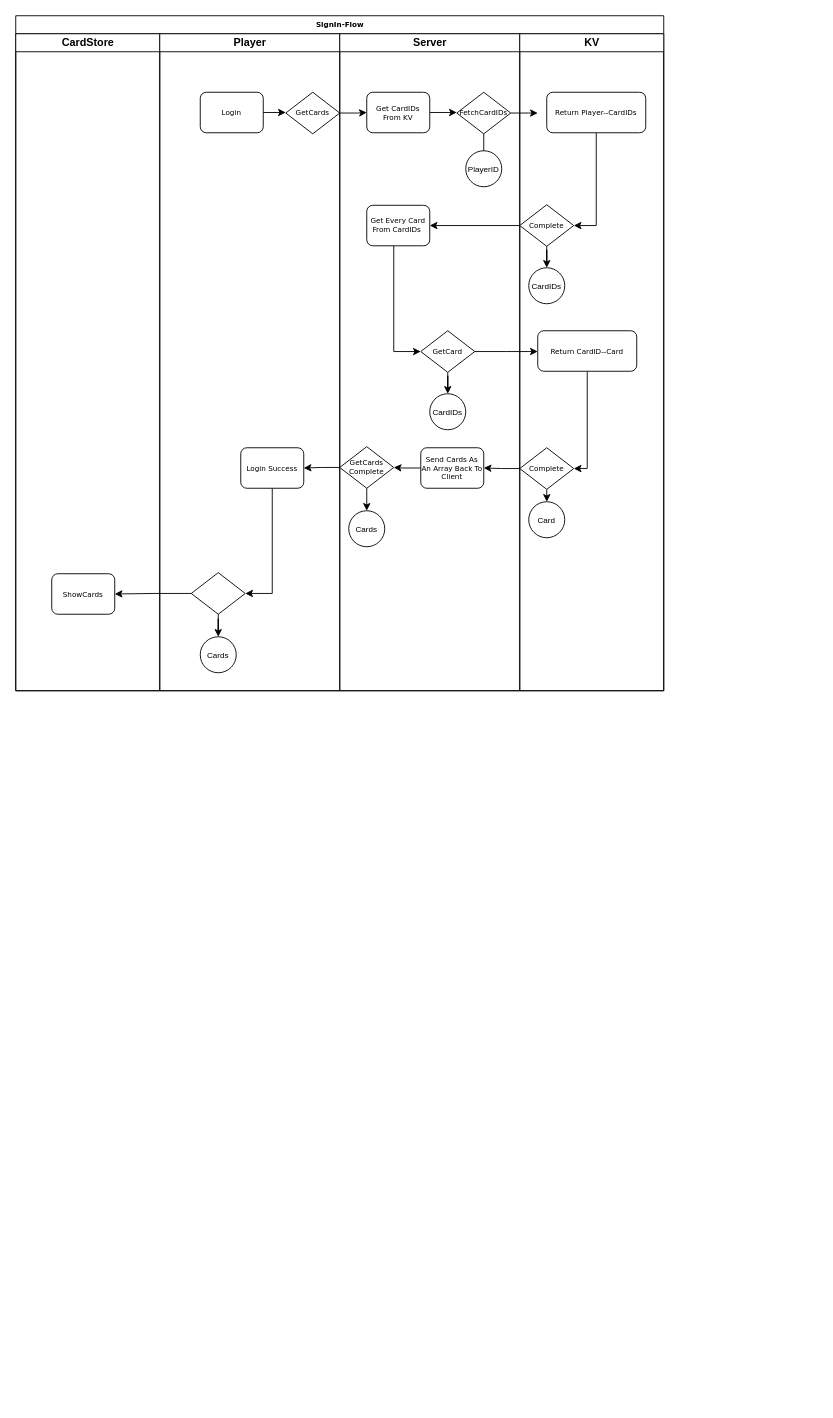
The draw.io diagram Untitled Diagram.drawio in Danqingyifan/PVZ_UML, before the edit. Source tidied: cells renumbered, new cells numbered last; positions are measured from the earlier drawing's top-left corner, leaving out a move shared by most shapes. Both pictures are drawn from the tidied source at 90%, with x=0, y=0 at pixel (15, 15).
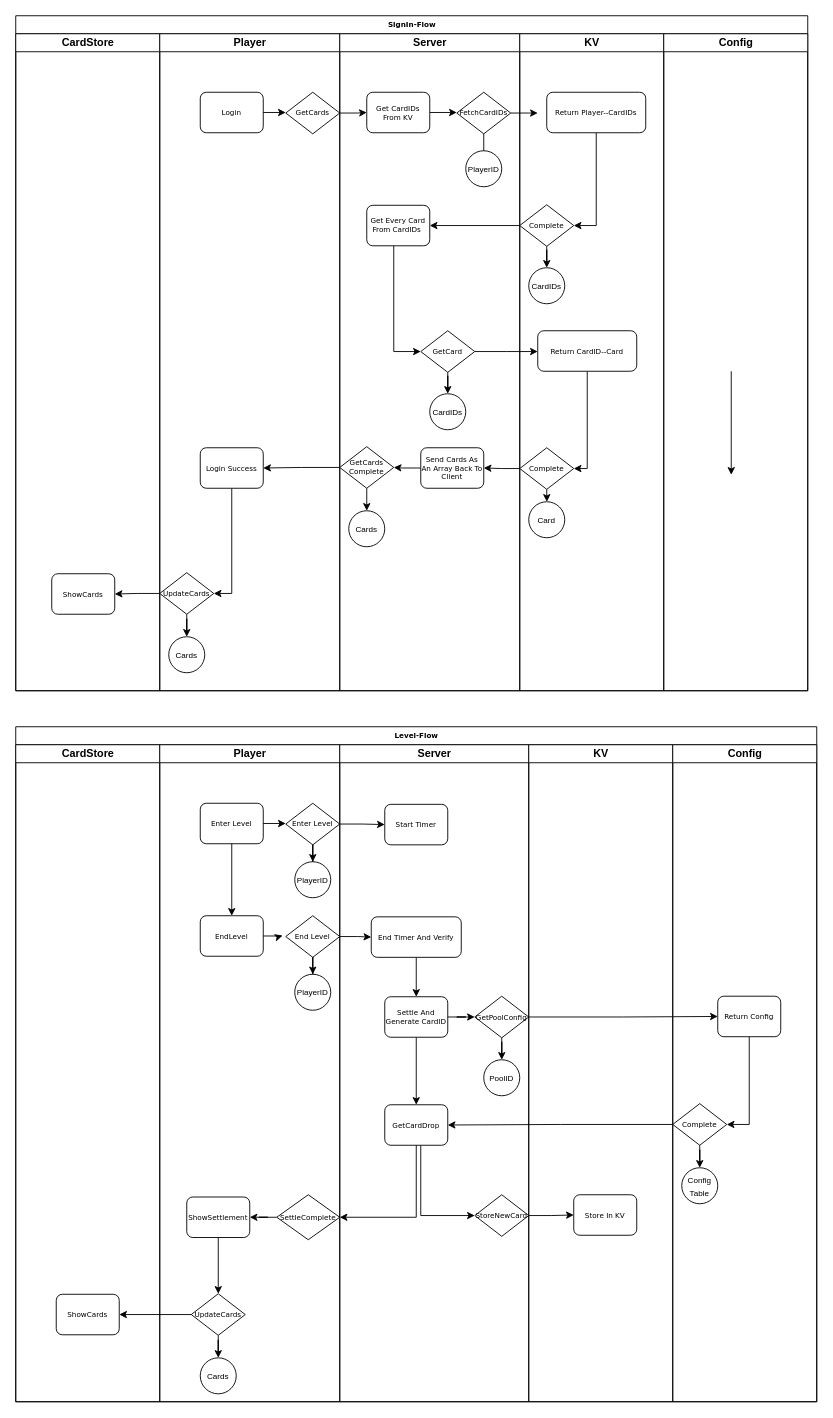
The same page after the edit.

Unchanged cells that the change refers to:
```xml
<mxCell id="5" value="Player" style="swimlane;html=1;startSize=20;" parent="2" vertex="1">
  <mxGeometry x="160" y="20" width="200" height="730" as="geometry" />
</mxCell>
```

What changed in the source:
```diff
@@
     <mxCell id="2" value="SignIn-Flow" style="swimlane;html=1;startSize=20;rounded=0;shadow=0;labelBackgroundColor=none;strokeWidth=1;fontFamily=Verdana;fontSize=8;align=center;" parent="1" vertex="1">
-      <mxGeometry width="720" height="750" as="geometry" />
+      <mxGeometry width="880" height="750" as="geometry" />
     </mxCell>
@@
     <mxCell id="10" value="Login Success" style="rounded=1;whiteSpace=wrap;html=1;shadow=0;labelBackgroundColor=none;strokeWidth=1;fontFamily=Verdana;fontSize=8;align=center;" parent="5" vertex="1">
-      <mxGeometry x="90" y="460" width="70" height="45" as="geometry" />
+      <mxGeometry x="45" y="460" width="70" height="45" as="geometry" />
     </mxCell>
     <mxCell id="11" value="&lt;font style=&quot;font-size: 9px;&quot;&gt;Cards&lt;/font&gt;" style="ellipse;whiteSpace=wrap;html=1;" parent="5" vertex="1">
-      <mxGeometry x="45" y="670" width="40" height="40" as="geometry" />
+      <mxGeometry x="10" y="670" width="40" height="40" as="geometry" />
     </mxCell>
@@
-    <mxCell id="13" style="rhombus;whiteSpace=wrap;html=1;rounded=0;shadow=0;labelBackgroundColor=none;strokeWidth=1;fontFamily=Verdana;fontSize=8;align=center;" parent="5" vertex="1">
-      <mxGeometry x="35" y="598.8" width="60" height="46.2" as="geometry" />
+    <mxCell id="13" value="UpdateCards" style="rhombus;whiteSpace=wrap;html=1;rounded=0;shadow=0;labelBackgroundColor=none;strokeWidth=1;fontFamily=Verdana;fontSize=8;align=center;" parent="5" vertex="1">
+      <mxGeometry y="598.8" width="60" height="46.2" as="geometry" />
     </mxCell>
@@
+    <mxCell id="48" value="Config" style="swimlane;html=1;startSize=20;" parent="2" vertex="1">
+      <mxGeometry x="720" y="20" width="160" height="730" as="geometry" />
+    </mxCell>
+    <mxCell id="49" style="edgeStyle=orthogonalEdgeStyle;rounded=0;orthogonalLoop=1;jettySize=auto;html=1;entryX=1;entryY=0.5;entryDx=0;entryDy=0;" parent="48" edge="1">
+      <mxGeometry relative="1" as="geometry">
+        <mxPoint x="85" y="110" as="sourcePoint" />
+      </mxGeometry>
+    </mxCell>
+    <mxCell id="50" style="edgeStyle=orthogonalEdgeStyle;rounded=0;orthogonalLoop=1;jettySize=auto;html=1;entryX=0.5;entryY=0;entryDx=0;entryDy=0;" parent="48" edge="1">
+      <mxGeometry relative="1" as="geometry">
+        <mxPoint x="30" y="236.2" as="sourcePoint" />
+      </mxGeometry>
+    </mxCell>
+    <mxCell id="51" style="edgeStyle=orthogonalEdgeStyle;rounded=0;orthogonalLoop=1;jettySize=auto;html=1;entryX=1;entryY=0.5;entryDx=0;entryDy=0;" parent="48" edge="1">
+      <mxGeometry relative="1" as="geometry">
+        <mxPoint x="75" y="375" as="sourcePoint" />
+        <mxPoint x="75" y="490" as="targetPoint" />
+        <Array as="points">
+          <mxPoint x="75" y="483" />
+        </Array>
+      </mxGeometry>
+    </mxCell>
+    <mxCell id="52" value="Level-Flow" style="swimlane;html=1;startSize=20;rounded=0;shadow=0;labelBackgroundColor=none;strokeWidth=1;fontFamily=Verdana;fontSize=8;align=center;" parent="1" vertex="1">
+      <mxGeometry y="790" width="890" height="750" as="geometry" />
+    </mxCell>
+    <mxCell id="53" value="CardStore" style="swimlane;startSize=20;fontColor=default;html=1;" parent="52" vertex="1">
+      <mxGeometry y="20" width="160" height="730" as="geometry" />
+    </mxCell>
+    <mxCell id="54" value="ShowCards" style="rounded=1;whiteSpace=wrap;html=1;shadow=0;labelBackgroundColor=none;strokeWidth=1;fontFamily=Verdana;fontSize=8;align=center;" parent="53" vertex="1">
+      <mxGeometry x="45" y="610.6" width="70" height="45" as="geometry" />
+    </mxCell>
+    <mxCell id="55" value="Player" style="swimlane;html=1;startSize=20;" parent="52" vertex="1">
+      <mxGeometry x="160" y="20" width="200" height="730" as="geometry" />
+    </mxCell>
+    <mxCell id="56" value="Enter Level" style="rounded=1;whiteSpace=wrap;html=1;shadow=0;labelBackgroundColor=none;strokeWidth=1;fontFamily=Verdana;fontSize=8;align=center;" parent="55" vertex="1">
+      <mxGeometry x="45" y="65" width="70" height="45" as="geometry" />
+    </mxCell>
+    <mxCell id="57" style="edgeStyle=orthogonalEdgeStyle;rounded=0;jettySize=auto;html=1;entryX=0;entryY=0.5;entryDx=0;entryDy=0;exitX=1;exitY=0.5;exitDx=0;exitDy=0;" parent="55" edge="1" source="56">
+      <mxGeometry relative="1" as="geometry">
+        <mxPoint x="140" y="87.2" as="targetPoint" />
+      </mxGeometry>
+    </mxCell>
+    <mxCell id="58" style="edgeStyle=orthogonalEdgeStyle;rounded=0;jettySize=auto;html=1;entryX=0.5;entryY=0;entryDx=0;entryDy=0;" parent="55" edge="1" source="59" target="60">
+      <mxGeometry relative="1" as="geometry" />
+    </mxCell>
+    <mxCell id="59" value="Enter Level" style="rhombus;whiteSpace=wrap;html=1;rounded=0;shadow=0;labelBackgroundColor=none;strokeWidth=1;fontFamily=Verdana;fontSize=8;align=center;" parent="55" vertex="1">
+      <mxGeometry x="140" y="65" width="60" height="46.2" as="geometry" />
+    </mxCell>
+    <mxCell id="60" value="&lt;font style=&quot;font-size: 9px;&quot;&gt;PlayerID&lt;/font&gt;" style="ellipse;whiteSpace=wrap;html=1;" parent="55" vertex="1">
+      <mxGeometry x="150" y="130" width="40" height="40" as="geometry" />
+    </mxCell>
+    <mxCell id="61" style="edgeStyle=orthogonalEdgeStyle;rounded=0;jettySize=auto;html=1;entryX=1;entryY=0.5;entryDx=0;entryDy=0;" parent="55" edge="1" source="62" target="64">
+      <mxGeometry relative="1" as="geometry" />
+    </mxCell>
+    <mxCell id="62" value="SettleComplete" style="rhombus;whiteSpace=wrap;html=1;rounded=0;shadow=0;labelBackgroundColor=none;strokeWidth=1;fontFamily=Verdana;fontSize=8;align=center;" parent="55" vertex="1">
+      <mxGeometry x="130" y="500" width="70" height="50" as="geometry" />
+    </mxCell>
+    <mxCell id="63" style="edgeStyle=orthogonalEdgeStyle;rounded=0;jettySize=auto;html=1;entryX=0.5;entryY=0;entryDx=0;entryDy=0;" parent="55" edge="1" source="64" target="67">
+      <mxGeometry relative="1" as="geometry" />
+    </mxCell>
+    <mxCell id="64" value="ShowSettlement" style="rounded=1;whiteSpace=wrap;html=1;shadow=0;labelBackgroundColor=none;strokeWidth=1;fontFamily=Verdana;fontSize=8;align=center;" parent="55" vertex="1">
+      <mxGeometry x="30" y="502.5" width="70" height="45" as="geometry" />
+    </mxCell>
+    <mxCell id="65" value="&lt;font style=&quot;font-size: 9px;&quot;&gt;Cards&lt;/font&gt;" style="ellipse;whiteSpace=wrap;html=1;" parent="55" vertex="1">
+      <mxGeometry x="45" y="681.2" width="40" height="40" as="geometry" />
+    </mxCell>
+    <mxCell id="66" style="edgeStyle=orthogonalEdgeStyle;rounded=0;jettySize=auto;html=1;entryX=0.5;entryY=0;entryDx=0;entryDy=0;" parent="55" edge="1" source="67" target="65">
+      <mxGeometry relative="1" as="geometry" />
+    </mxCell>
+    <mxCell id="67" value="UpdateCards" style="rhombus;whiteSpace=wrap;html=1;rounded=0;shadow=0;labelBackgroundColor=none;strokeWidth=1;fontFamily=Verdana;fontSize=8;align=center;" parent="55" vertex="1">
+      <mxGeometry x="35" y="610" width="60" height="46.2" as="geometry" />
+    </mxCell>
+    <mxCell id="68" value="Server" style="swimlane;html=1;startSize=20;" parent="52" vertex="1">
+      <mxGeometry x="360" y="20" width="210" height="730" as="geometry" />
+    </mxCell>
+    <mxCell id="69" value="Start Timer" style="rounded=1;whiteSpace=wrap;html=1;shadow=0;labelBackgroundColor=none;strokeWidth=1;fontFamily=Verdana;fontSize=8;align=center;" parent="68" vertex="1">
+      <mxGeometry x="50" y="66.2" width="70" height="45" as="geometry" />
+    </mxCell>
+    <mxCell id="70" value="EndLevel" style="rounded=1;whiteSpace=wrap;html=1;shadow=0;labelBackgroundColor=none;strokeWidth=1;fontFamily=Verdana;fontSize=8;align=center;" parent="68" vertex="1">
+      <mxGeometry x="-155" y="190" width="70" height="45" as="geometry" />
+    </mxCell>
+    <mxCell id="71" style="edgeStyle=orthogonalEdgeStyle;rounded=0;jettySize=auto;html=1;entryX=0.5;entryY=0;entryDx=0;entryDy=0;" parent="68" edge="1" source="72" target="73">
+      <mxGeometry relative="1" as="geometry" />
+    </mxCell>
+    <mxCell id="72" value="End Level" style="rhombus;whiteSpace=wrap;html=1;rounded=0;shadow=0;labelBackgroundColor=none;strokeWidth=1;fontFamily=Verdana;fontSize=8;align=center;" parent="68" vertex="1">
+      <mxGeometry x="-60" y="190" width="60" height="46.2" as="geometry" />
+    </mxCell>
+    <mxCell id="73" value="&lt;font style=&quot;font-size: 9px;&quot;&gt;PlayerID&lt;/font&gt;" style="ellipse;whiteSpace=wrap;html=1;" parent="68" vertex="1">
+      <mxGeometry x="-50" y="255" width="40" height="40" as="geometry" />
+    </mxCell>
+    <mxCell id="74" style="edgeStyle=orthogonalEdgeStyle;rounded=0;jettySize=auto;html=1;entryX=-0.06;entryY=0.478;entryDx=0;entryDy=0;entryPerimeter=0;" parent="68" edge="1" source="70" target="72">
+      <mxGeometry relative="1" as="geometry" />
+    </mxCell>
+    <mxCell id="75" style="edgeStyle=orthogonalEdgeStyle;rounded=0;jettySize=auto;html=1;entryX=0.5;entryY=0;entryDx=0;entryDy=0;" parent="68" edge="1" source="76" target="79">
+      <mxGeometry relative="1" as="geometry" />
+    </mxCell>
+    <mxCell id="76" value="End Timer And Verify" style="rounded=1;whiteSpace=wrap;html=1;shadow=0;labelBackgroundColor=none;strokeWidth=1;fontFamily=Verdana;fontSize=8;align=center;" parent="68" vertex="1">
+      <mxGeometry x="35" y="191.2" width="100" height="45" as="geometry" />
+    </mxCell>
+    <mxCell id="77" style="edgeStyle=orthogonalEdgeStyle;rounded=0;jettySize=auto;html=1;entryX=0;entryY=0.5;entryDx=0;entryDy=0;" parent="68" edge="1" source="72" target="76">
+      <mxGeometry relative="1" as="geometry" />
+    </mxCell>
+    <mxCell id="78" style="edgeStyle=orthogonalEdgeStyle;rounded=0;jettySize=auto;html=1;entryX=0.5;entryY=0;entryDx=0;entryDy=0;" parent="68" edge="1" source="79" target="86">
+      <mxGeometry relative="1" as="geometry" />
+    </mxCell>
+    <mxCell id="79" value="Settle And Generate CardID" style="rounded=1;whiteSpace=wrap;html=1;shadow=0;labelBackgroundColor=none;strokeWidth=1;fontFamily=Verdana;fontSize=8;align=center;" parent="68" vertex="1">
+      <mxGeometry x="50" y="280" width="70" height="45" as="geometry" />
+    </mxCell>
+    <mxCell id="80" value="StoreNewCard" style="rhombus;whiteSpace=wrap;html=1;rounded=0;shadow=0;labelBackgroundColor=none;strokeWidth=1;fontFamily=Verdana;fontSize=8;align=center;" parent="68" vertex="1">
+      <mxGeometry x="150" y="500" width="60" height="46.2" as="geometry" />
+    </mxCell>
+    <mxCell id="81" value="GetPoolConfig" style="rhombus;whiteSpace=wrap;html=1;rounded=0;shadow=0;labelBackgroundColor=none;strokeWidth=1;fontFamily=Verdana;fontSize=8;align=center;" parent="68" vertex="1">
+      <mxGeometry x="150" y="279.4" width="60" height="46.2" as="geometry" />
+    </mxCell>
+    <mxCell id="82" style="edgeStyle=orthogonalEdgeStyle;rounded=0;jettySize=auto;html=1;entryX=0;entryY=0.5;entryDx=0;entryDy=0;" parent="68" edge="1" source="79" target="81">
+      <mxGeometry relative="1" as="geometry" />
+    </mxCell>
+    <mxCell id="83" value="&lt;font style=&quot;font-size: 9px;&quot;&gt;PoolID&lt;/font&gt;" style="ellipse;whiteSpace=wrap;html=1;" parent="68" vertex="1">
+      <mxGeometry x="160" y="350" width="40" height="40" as="geometry" />
+    </mxCell>
+    <mxCell id="84" style="edgeStyle=orthogonalEdgeStyle;rounded=0;jettySize=auto;html=1;entryX=0.5;entryY=0;entryDx=0;entryDy=0;" parent="68" edge="1" source="81" target="83">
+      <mxGeometry relative="1" as="geometry" />
+    </mxCell>
+    <mxCell id="85" style="edgeStyle=orthogonalEdgeStyle;rounded=0;jettySize=auto;html=1;entryX=0;entryY=0.5;entryDx=0;entryDy=0;" parent="68" edge="1" source="86" target="80">
+      <mxGeometry relative="1" as="geometry">
+        <Array as="points">
+          <mxPoint x="90" y="523" />
+        </Array>
+      </mxGeometry>
+    </mxCell>
+    <mxCell id="86" value="GetCardDrop" style="rounded=1;whiteSpace=wrap;html=1;shadow=0;labelBackgroundColor=none;strokeWidth=1;fontFamily=Verdana;fontSize=8;align=center;" parent="68" vertex="1">
+      <mxGeometry x="50" y="400" width="70" height="45" as="geometry" />
+    </mxCell>
+    <mxCell id="87" value="KV" style="swimlane;html=1;startSize=20;" parent="52" vertex="1">
+      <mxGeometry x="570" y="20" width="160" height="730" as="geometry" />
+    </mxCell>
+    <mxCell id="88" value="Store In KV" style="rounded=1;whiteSpace=wrap;html=1;shadow=0;labelBackgroundColor=none;strokeWidth=1;fontFamily=Verdana;fontSize=8;align=center;" parent="87" vertex="1">
+      <mxGeometry x="50" y="500" width="70" height="45" as="geometry" />
+    </mxCell>
+    <mxCell id="89" style="edgeStyle=orthogonalEdgeStyle;rounded=0;jettySize=auto;html=1;entryX=0;entryY=0.5;entryDx=0;entryDy=0;" parent="52" edge="1" source="59" target="69">
+      <mxGeometry relative="1" as="geometry" />
+    </mxCell>
+    <mxCell id="90" style="edgeStyle=orthogonalEdgeStyle;rounded=0;jettySize=auto;html=1;entryX=0.5;entryY=0;entryDx=0;entryDy=0;" parent="52" edge="1" source="56" target="70">
+      <mxGeometry relative="1" as="geometry" />
+    </mxCell>
+    <mxCell id="91" value="Config" style="swimlane;html=1;startSize=20;" parent="52" vertex="1">
+      <mxGeometry x="730" y="20" width="160" height="730" as="geometry" />
+    </mxCell>
+    <mxCell id="92" style="edgeStyle=orthogonalEdgeStyle;rounded=0;jettySize=auto;html=1;entryX=1;entryY=0.5;entryDx=0;entryDy=0;" parent="91" edge="1" source="93" target="95">
+      <mxGeometry relative="1" as="geometry" />
+    </mxCell>
+    <mxCell id="93" value="Return Config" style="rounded=1;whiteSpace=wrap;html=1;shadow=0;labelBackgroundColor=none;strokeWidth=1;fontFamily=Verdana;fontSize=8;align=center;" parent="91" vertex="1">
+      <mxGeometry x="50" y="279.4" width="70" height="45" as="geometry" />
+    </mxCell>
+    <mxCell id="94" style="edgeStyle=orthogonalEdgeStyle;rounded=0;jettySize=auto;html=1;entryX=0.5;entryY=0;entryDx=0;entryDy=0;" parent="91" edge="1" source="95" target="96">
+      <mxGeometry relative="1" as="geometry" />
+    </mxCell>
+    <mxCell id="95" value="Complete" style="rhombus;whiteSpace=wrap;html=1;rounded=0;shadow=0;labelBackgroundColor=none;strokeWidth=1;fontFamily=Verdana;fontSize=8;align=center;" parent="91" vertex="1">
+      <mxGeometry y="398.8" width="60" height="46.2" as="geometry" />
+    </mxCell>
+    <mxCell id="96" value="&lt;font style=&quot;font-size: 9px;&quot;&gt;Config Table&lt;/font&gt;" style="ellipse;whiteSpace=wrap;html=1;" parent="91" vertex="1">
+      <mxGeometry x="10" y="470" width="40" height="40" as="geometry" />
+    </mxCell>
+    <mxCell id="97" style="edgeStyle=orthogonalEdgeStyle;rounded=0;jettySize=auto;html=1;entryX=0;entryY=0.5;entryDx=0;entryDy=0;" parent="52" edge="1" source="81" target="93">
+      <mxGeometry relative="1" as="geometry" />
+    </mxCell>
+    <mxCell id="98" style="edgeStyle=orthogonalEdgeStyle;rounded=0;jettySize=auto;html=1;entryX=1;entryY=0.5;entryDx=0;entryDy=0;" parent="52" edge="1" source="95" target="86">
+      <mxGeometry relative="1" as="geometry" />
+    </mxCell>
+    <mxCell id="99" style="edgeStyle=orthogonalEdgeStyle;rounded=0;jettySize=auto;html=1;entryX=1;entryY=0.5;entryDx=0;entryDy=0;exitX=0.5;exitY=1;exitDx=0;exitDy=0;" parent="52" edge="1" source="86" target="62">
+      <mxGeometry relative="1" as="geometry" />
+    </mxCell>
+    <mxCell id="100" style="edgeStyle=orthogonalEdgeStyle;rounded=0;jettySize=auto;html=1;entryX=0;entryY=0.5;entryDx=0;entryDy=0;" parent="52" edge="1" source="80" target="88">
+      <mxGeometry relative="1" as="geometry" />
+    </mxCell>
+    <mxCell id="101" style="edgeStyle=orthogonalEdgeStyle;rounded=0;jettySize=auto;html=1;entryX=1;entryY=0.5;entryDx=0;entryDy=0;" parent="52" edge="1" source="67" target="54">
+      <mxGeometry relative="1" as="geometry" />
+    </mxCell>
```
